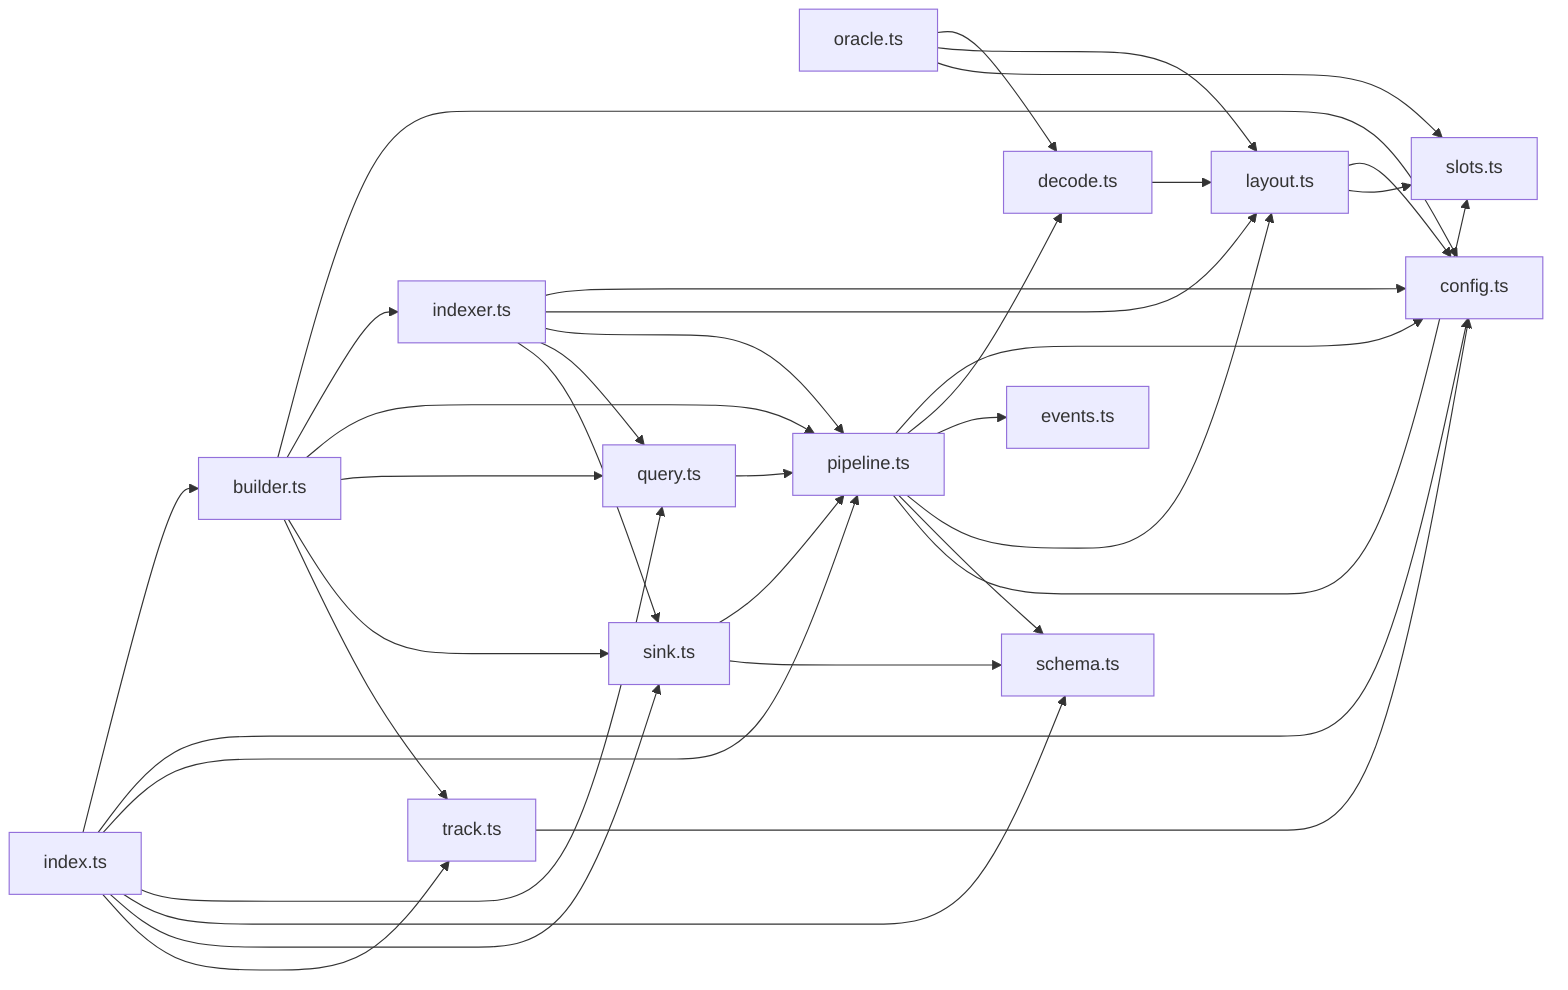
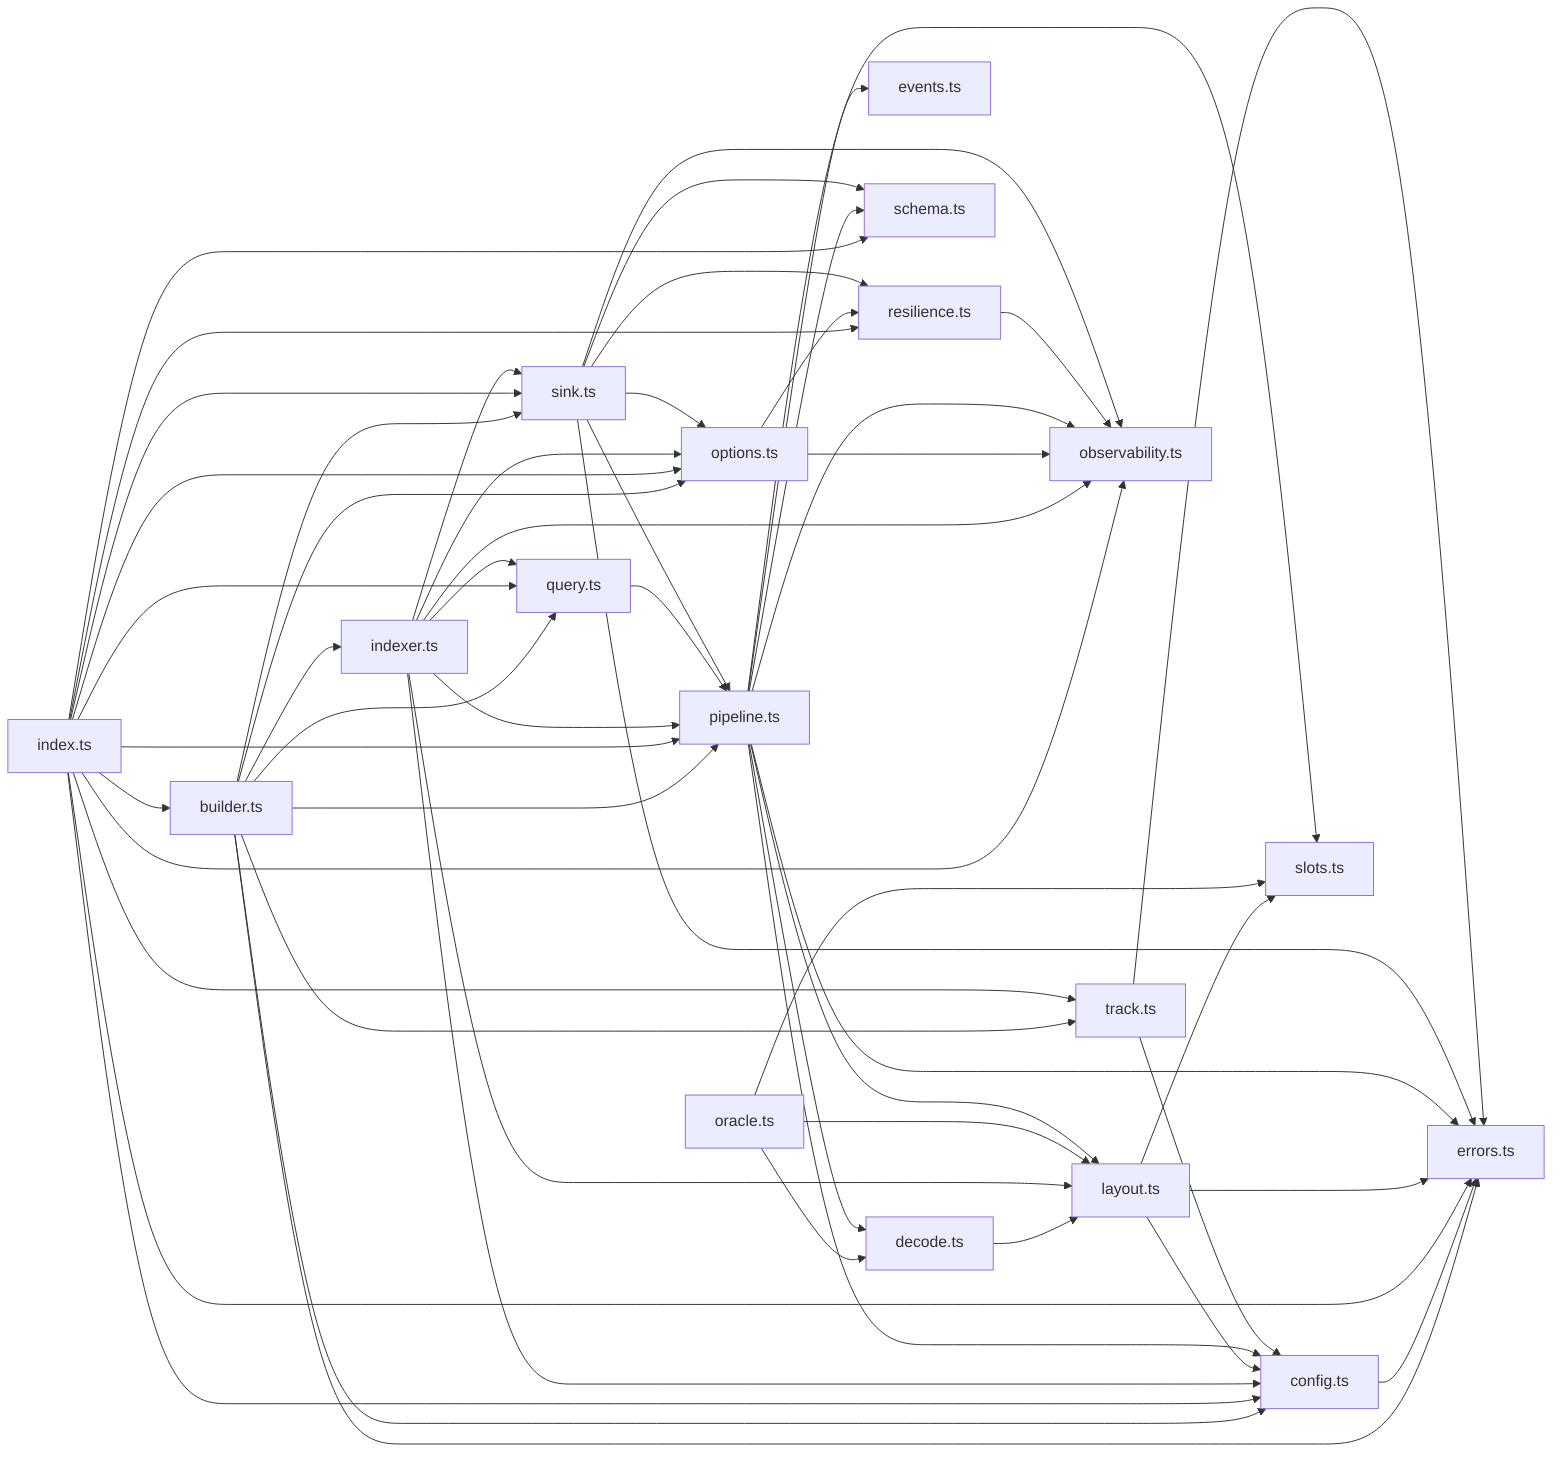
%%{init: {'maxEdges': 2000}}%%
%% Structure graph — the dependency wiring, GENERATED FROM SOURCE every turn.
%% Machine output of .claude/hooks/graph_to_mermaid.py (from graph.json) — DO NOT EDIT BY HAND.
%% Committed so dependency deltas surface in PR diffs; regenerated by update-structure.sh.
flowchart LR
    builder_ts["builder.ts"]
    config_ts["config.ts"]
    decode_ts["decode.ts"]
+     errors_ts["errors.ts"]
    events_ts["events.ts"]
    index_ts["index.ts"]
    indexer_ts["indexer.ts"]
    layout_ts["layout.ts"]
+     observability_ts["observability.ts"]
+     options_ts["options.ts"]
    oracle_ts["oracle.ts"]
    pipeline_ts["pipeline.ts"]
    query_ts["query.ts"]
+     resilience_ts["resilience.ts"]
    schema_ts["schema.ts"]
    sink_ts["sink.ts"]
    slots_ts["slots.ts"]
    track_ts["track.ts"]
    builder_ts --> config_ts
+     builder_ts --> errors_ts
    builder_ts --> indexer_ts
+     builder_ts --> options_ts
    builder_ts --> pipeline_ts
    builder_ts --> query_ts
    builder_ts --> sink_ts
    builder_ts --> track_ts
+     config_ts --> errors_ts
    decode_ts --> layout_ts
    index_ts --> builder_ts
    index_ts --> config_ts
+     index_ts --> errors_ts
+     index_ts --> observability_ts
+     index_ts --> options_ts
    index_ts --> pipeline_ts
    index_ts --> query_ts
+     index_ts --> resilience_ts
    index_ts --> schema_ts
    index_ts --> sink_ts
    index_ts --> track_ts
    indexer_ts --> config_ts
    indexer_ts --> layout_ts
+     indexer_ts --> observability_ts
+     indexer_ts --> options_ts
    indexer_ts --> pipeline_ts
    indexer_ts --> query_ts
    indexer_ts --> sink_ts
    layout_ts --> config_ts
+     layout_ts --> errors_ts
    layout_ts --> slots_ts
+     options_ts --> observability_ts
+     options_ts --> resilience_ts
    oracle_ts --> decode_ts
    oracle_ts --> layout_ts
    oracle_ts --> slots_ts
    pipeline_ts --> config_ts
    pipeline_ts --> decode_ts
+     pipeline_ts --> errors_ts
    pipeline_ts --> events_ts
    pipeline_ts --> layout_ts
+     pipeline_ts --> observability_ts
    pipeline_ts --> schema_ts
    pipeline_ts --> slots_ts
    query_ts --> pipeline_ts
+     resilience_ts --> observability_ts
+     sink_ts --> errors_ts
+     sink_ts --> observability_ts
+     sink_ts --> options_ts
    sink_ts --> pipeline_ts
+     sink_ts --> resilience_ts
    sink_ts --> schema_ts
    track_ts --> config_ts
+     track_ts --> errors_ts
